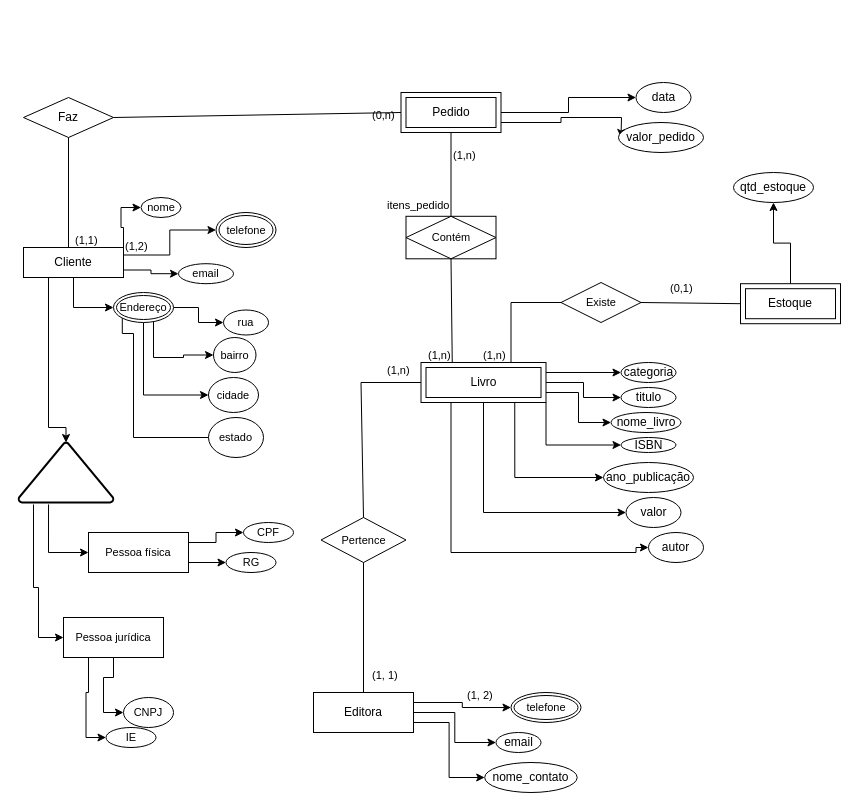
Earlier version of the draw.io diagram DER/DER.drawio (fraanpsilva/modelagem_db). Source tidied: cells renumbered, new cells numbered last; positions are measured from the earlier drawing's top-left corner, leaving out a move shared by most shapes. Both pictures are drawn from the tidied source at 100%, with x=0, y=0 at pixel (18, 82).
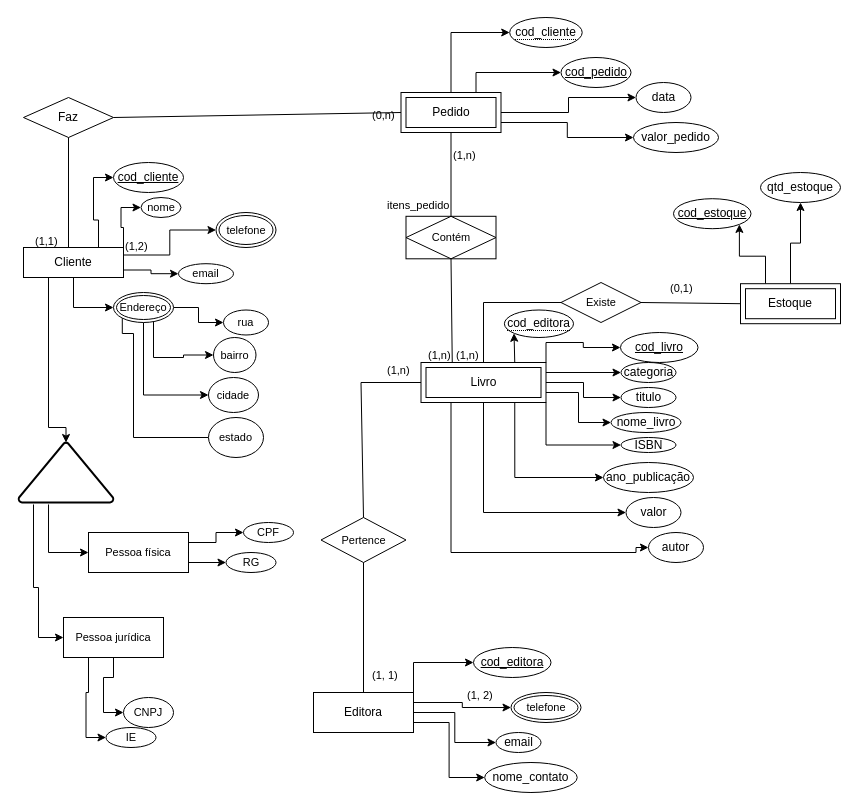
The same diagram, later.

The change refers to these unchanged cells:
```xml
<mxCell id="7" value="Cliente" style="whiteSpace=wrap;html=1;align=center;" parent="1" vertex="1">
  <mxGeometry x="5" y="165" width="100" height="30" as="geometry" />
</mxCell>
<mxCell id="11" value="Editora" style="whiteSpace=wrap;html=1;align=center;" parent="1" vertex="1">
  <mxGeometry x="295" y="610" width="100" height="40" as="geometry" />
</mxCell>
<mxCell id="18" value="Livro" style="shape=ext;margin=3;double=1;whiteSpace=wrap;html=1;align=center;" parent="1" vertex="1">
  <mxGeometry x="402.5" y="280" width="125" height="40" as="geometry" />
</mxCell>
<mxCell id="21" value="Pedido" style="shape=ext;margin=3;double=1;whiteSpace=wrap;html=1;align=center;" parent="1" vertex="1">
  <mxGeometry x="382.5" y="10" width="100" height="40" as="geometry" />
</mxCell>
<mxCell id="23" value="Estoque" style="shape=ext;margin=3;double=1;whiteSpace=wrap;html=1;align=center;" parent="1" vertex="1">
  <mxGeometry x="722" y="201.2" width="100" height="40" as="geometry" />
</mxCell>
<mxCell id="36" value="Existe" style="shape=rhombus;perimeter=rhombusPerimeter;whiteSpace=wrap;html=1;align=center;fontSize=11;" parent="1" vertex="1">
  <mxGeometry x="542.5" y="200" width="80" height="40" as="geometry" />
</mxCell>
```

What changed in the source:
```diff
@@
+    <mxCell id="86" style="edgeStyle=orthogonalEdgeStyle;rounded=0;jettySize=auto;html=1;exitX=0.75;exitY=0;exitDx=0;exitDy=0;entryX=0;entryY=0.5;entryDx=0;entryDy=0;" parent="1" edge="1" source="7" target="93">
+      <mxGeometry relative="1" as="geometry" />
+    </mxCell>
@@
+    <mxCell id="87" style="edgeStyle=orthogonalEdgeStyle;rounded=0;jettySize=auto;html=1;exitX=1;exitY=0;exitDx=0;exitDy=0;entryX=0;entryY=0.5;entryDx=0;entryDy=0;" parent="1" edge="1" source="11" target="97">
+      <mxGeometry relative="1" as="geometry" />
+    </mxCell>
@@
+    <mxCell id="88" style="edgeStyle=orthogonalEdgeStyle;rounded=0;jettySize=auto;html=1;exitX=1;exitY=0;exitDx=0;exitDy=0;" parent="1" edge="1" source="18" target="98">
+      <mxGeometry relative="1" as="geometry" />
+    </mxCell>
+    <mxCell id="89" style="edgeStyle=orthogonalEdgeStyle;rounded=0;jettySize=auto;html=1;exitX=0.75;exitY=0;exitDx=0;exitDy=0;entryX=0;entryY=1;entryDx=0;entryDy=0;" parent="1" edge="1" source="18" target="99">
+      <mxGeometry relative="1" as="geometry" />
+    </mxCell>
@@
-    <mxCell id="20" style="edgeStyle=orthogonalEdgeStyle;rounded=0;jettySize=auto;html=1;exitX=1;exitY=0.75;exitDx=0;exitDy=0;entryX=0;entryY=0.5;entryDx=0;entryDy=0;strokeColor=#000000;fontSize=11;" parent="1" edge="1" source="21">
-      <mxGeometry relative="1" as="geometry">
-        <mxPoint x="602.5" y="55" as="targetPoint" />
-      </mxGeometry>
+    <mxCell id="20" style="edgeStyle=orthogonalEdgeStyle;rounded=0;jettySize=auto;html=1;exitX=1;exitY=0.75;exitDx=0;exitDy=0;entryX=0;entryY=0.5;entryDx=0;entryDy=0;strokeColor=#000000;fontSize=11;" parent="1" edge="1" source="21" target="73">
+      <mxGeometry relative="1" as="geometry" />
     </mxCell>
+    <mxCell id="90" style="edgeStyle=orthogonalEdgeStyle;rounded=0;jettySize=auto;html=1;exitX=0.75;exitY=0;exitDx=0;exitDy=0;entryX=0;entryY=0.5;entryDx=0;entryDy=0;" parent="1" edge="1" source="21" target="94">
+      <mxGeometry relative="1" as="geometry" />
+    </mxCell>
+    <mxCell id="91" style="edgeStyle=orthogonalEdgeStyle;rounded=0;jettySize=auto;html=1;exitX=0.5;exitY=0;exitDx=0;exitDy=0;entryX=0;entryY=0.5;entryDx=0;entryDy=0;" parent="1" edge="1" source="21" target="95">
+      <mxGeometry relative="1" as="geometry" />
+    </mxCell>
@@
+    <mxCell id="92" style="edgeStyle=orthogonalEdgeStyle;rounded=0;jettySize=auto;html=1;exitX=0.25;exitY=0;exitDx=0;exitDy=0;entryX=1;entryY=1;entryDx=0;entryDy=0;" parent="1" edge="1" source="23" target="96">
+      <mxGeometry relative="1" as="geometry" />
+    </mxCell>
@@
     <mxCell id="25" value="(1,1)" style="text;whiteSpace=wrap;html=1;fontSize=11;" parent="1" vertex="1">
-      <mxGeometry x="55" y="145" width="30" height="30" as="geometry" />
+      <mxGeometry x="15" y="146.2" width="30" height="30" as="geometry" />
     </mxCell>
@@
-    <mxCell id="38" style="endArrow=none;html=1;rounded=0;strokeColor=#000000;fontSize=11;entryX=0;entryY=0.5;entryDx=0;entryDy=0;" parent="1" edge="1" target="36">
+    <mxCell id="38" style="endArrow=none;html=1;rounded=0;strokeColor=#000000;fontSize=11;entryX=0;entryY=0.5;entryDx=0;entryDy=0;exitX=0.5;exitY=0;exitDx=0;exitDy=0;" parent="1" edge="1" source="18" target="36">
       <mxGeometry relative="1" as="geometry">
-        <mxPoint x="492.5" y="280" as="sourcePoint" />
         <Array as="points">
-          <mxPoint x="492.5" y="220" />
+          <mxPoint x="465" y="220" />
         </Array>
       </mxGeometry>
     </mxCell>
@@
     <mxCell id="42" value="(1,n)" style="text;whiteSpace=wrap;html=1;fontSize=11;" parent="1" vertex="1">
-      <mxGeometry x="462.5" y="260" width="30" height="30" as="geometry" />
+      <mxGeometry x="436.2" y="260" width="30" height="30" as="geometry" />
     </mxCell>
@@
     <mxCell id="73" value="valor_pedido" style="ellipse;whiteSpace=wrap;html=1;" parent="1" vertex="1">
-      <mxGeometry x="600" y="40" width="85" height="30" as="geometry" />
+      <mxGeometry x="615" y="40" width="85" height="30" as="geometry" />
     </mxCell>
@@
     <mxCell id="85" value="qtd_estoque" style="ellipse;whiteSpace=wrap;html=1;" parent="1" vertex="1">
-      <mxGeometry x="715" y="90" width="80" height="30" as="geometry" />
+      <mxGeometry x="742" y="90" width="80" height="30" as="geometry" />
     </mxCell>
+    <mxCell id="93" value="cod_cliente" style="ellipse;whiteSpace=wrap;html=1;align=center;fontStyle=4;" parent="1" vertex="1">
+      <mxGeometry x="95" y="80" width="70" height="30" as="geometry" />
+    </mxCell>
+    <mxCell id="94" value="cod_pedido" style="ellipse;whiteSpace=wrap;html=1;align=center;fontStyle=4;" parent="1" vertex="1">
+      <mxGeometry x="542.5" y="-25" width="70" height="30" as="geometry" />
+    </mxCell>
+    <mxCell id="95" value="&lt;span style=&quot;border-bottom: 1px dotted&quot;&gt;cod_cliente&lt;/span&gt;" style="ellipse;whiteSpace=wrap;html=1;align=center;fillColor=#FFFFFF;" parent="1" vertex="1">
+      <mxGeometry x="491.2" y="-65" width="72.5" height="30" as="geometry" />
+    </mxCell>
+    <mxCell id="96" value="cod_estoque" style="ellipse;whiteSpace=wrap;html=1;align=center;fontStyle=4;" parent="1" vertex="1">
+      <mxGeometry x="655" y="116.2" width="77.5" height="30" as="geometry" />
+    </mxCell>
+    <mxCell id="97" value="cod_editora" style="ellipse;whiteSpace=wrap;html=1;align=center;fontStyle=4;" parent="1" vertex="1">
+      <mxGeometry x="455" y="565" width="77.5" height="30" as="geometry" />
+    </mxCell>
+    <mxCell id="98" value="cod_livro" style="ellipse;whiteSpace=wrap;html=1;align=center;fontStyle=4;" parent="1" vertex="1">
+      <mxGeometry x="602" y="250" width="77.5" height="30" as="geometry" />
+    </mxCell>
+    <mxCell id="99" value="&lt;span style=&quot;border-bottom: 1px dotted&quot;&gt;cod_editora&lt;/span&gt;" style="ellipse;whiteSpace=wrap;html=1;align=center;fillColor=#FFFFFF;" parent="1" vertex="1">
+      <mxGeometry x="485.9" y="227.5" width="69.1" height="27.5" as="geometry" />
+    </mxCell>
```
